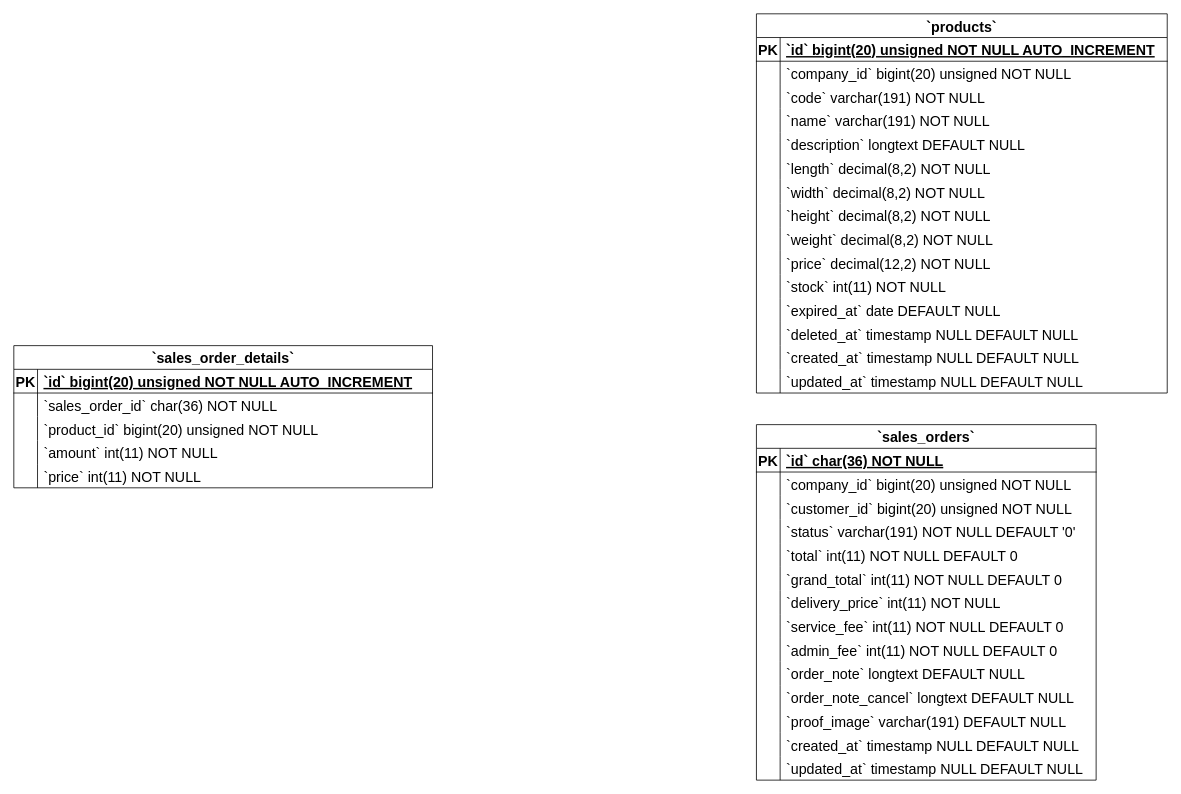
This is Sales Order Details ERD Diagram.drawio from Simasco/diagram, a draw.io file, before an edit. Source tidied: cells renumbered, new cells numbered last; positions are measured from the earlier drawing's top-left corner, leaving out a move shared by most shapes. Both pictures are drawn from the tidied source at 79%, with x=0, y=0 at pixel (13, 13).
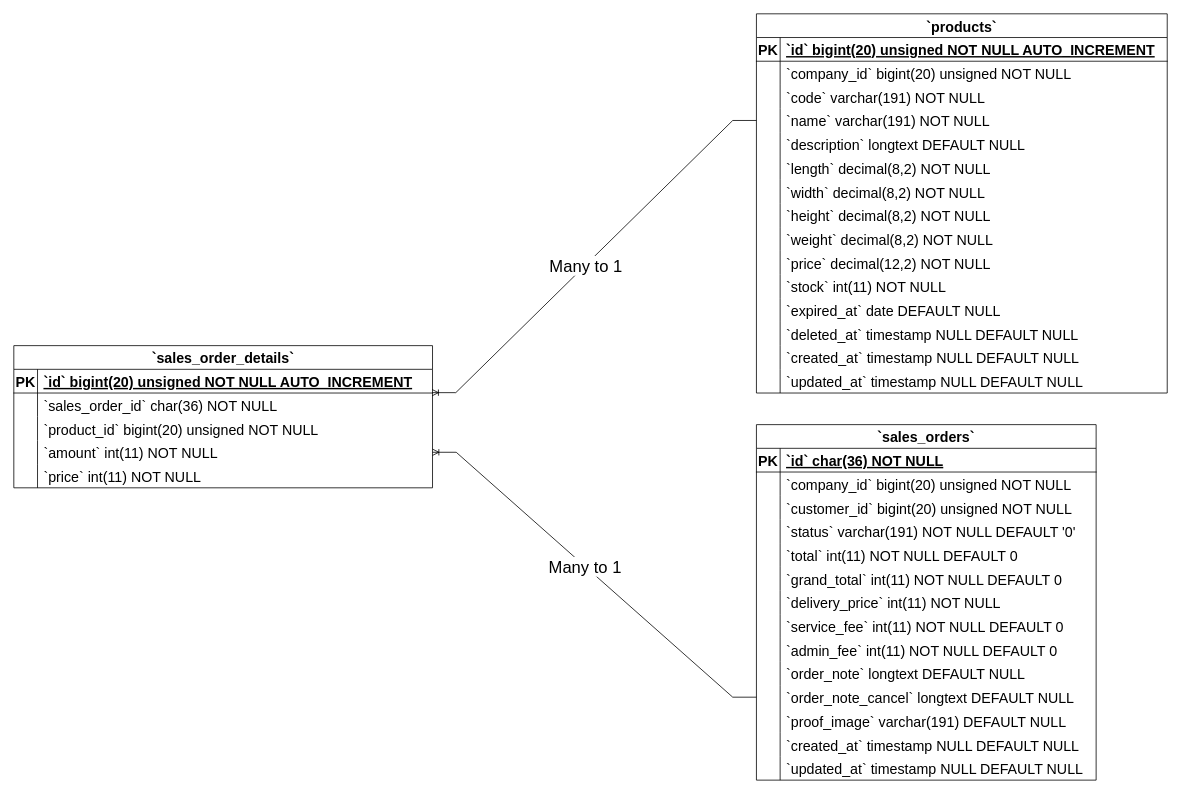
The same page after the edit.

The change refers to these unchanged cells:
```xml
<mxCell id="6" style="shape=tableRow;horizontal=0;startSize=0;swimlaneHead=0;swimlaneBody=0;fillColor=none;points=[[0,0.5],[1,0.5]];portConstraint=eastwest;strokeColor=inherit;top=0;left=0;right=0;bottom=0;fontSize=18;" parent="2" vertex="1">
  <mxGeometry y="60" width="530" height="30" as="geometry" />
</mxCell>
<mxCell id="12" style="shape=tableRow;horizontal=0;startSize=0;swimlaneHead=0;swimlaneBody=0;fillColor=none;points=[[0,0.5],[1,0.5]];portConstraint=eastwest;strokeColor=inherit;top=0;left=0;right=0;bottom=0;fontSize=18;" parent="2" vertex="1">
  <mxGeometry y="120" width="530" height="30" as="geometry" />
</mxCell>
<mxCell id="28" style="shape=tableRow;horizontal=0;startSize=0;swimlaneHead=0;swimlaneBody=0;fillColor=none;points=[[0,0.5],[1,0.5]];portConstraint=eastwest;strokeColor=inherit;top=0;left=0;right=0;bottom=0;fontSize=18;" parent="18" vertex="1">
  <mxGeometry y="120" width="520" height="30" as="geometry" />
</mxCell>
<mxCell id="95" style="shape=tableRow;horizontal=0;startSize=0;swimlaneHead=0;swimlaneBody=0;fillColor=none;points=[[0,0.5],[1,0.5]];portConstraint=eastwest;strokeColor=inherit;top=0;left=0;right=0;bottom=0;fontSize=18;" parent="64" vertex="1">
  <mxGeometry y="330" width="430" height="30" as="geometry" />
</mxCell>
```

Change to the diagram source:
```diff
@@
+    <mxCell id="107" style="edgeStyle=entityRelationEdgeStyle;fontSize=12;html=1;endArrow=ERoneToMany;rounded=0;entryX=1;entryY=0.5;entryDx=0;entryDy=0;exitX=0;exitY=0.5;exitDx=0;exitDy=0;" parent="1" edge="1" source="95" target="12">
+      <mxGeometry relative="1" as="geometry">
+        <Array as="points">
+          <mxPoint x="1210" y="1300" />
+        </Array>
+      </mxGeometry>
+    </mxCell>
+    <mxCell id="108" value="&lt;font style=&quot;font-size: 21px;&quot;&gt;Many to 1&lt;/font&gt;" style="edgeLabel;html=1;align=center;verticalAlign=middle;" parent="107" vertex="1">
+      <mxGeometry x="0.06" relative="1" as="geometry" />
+    </mxCell>
+    <mxCell id="109" style="edgeStyle=entityRelationEdgeStyle;fontSize=12;html=1;endArrow=ERoneToMany;rounded=0;entryX=0.999;entryY=-0.016;entryDx=0;entryDy=0;exitX=0;exitY=0.5;exitDx=0;exitDy=0;entryPerimeter=0;" parent="1" edge="1" source="28" target="6">
+      <mxGeometry relative="1" as="geometry">
+        <Array as="points">
+          <mxPoint x="1220" y="1310" />
+        </Array>
+      </mxGeometry>
+    </mxCell>
+    <mxCell id="110" value="&lt;font style=&quot;font-size: 21px;&quot;&gt;Many to 1&lt;/font&gt;" style="edgeLabel;html=1;align=center;verticalAlign=middle;" parent="109" vertex="1">
+      <mxGeometry x="0.06" relative="1" as="geometry" />
+    </mxCell>
```
